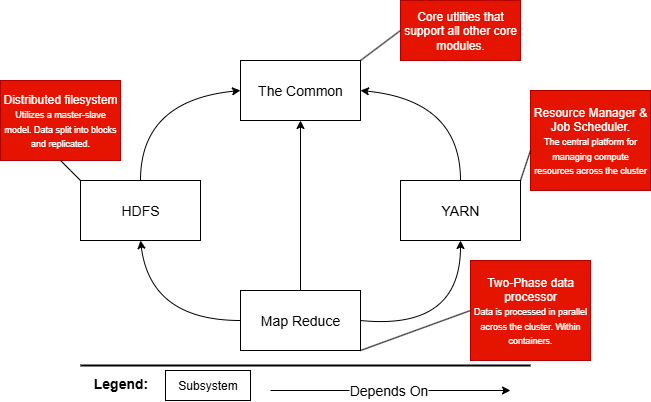
Before: HadoopHighLevel.drawio.png, a diagram exported from draw.io (Amir-kar/EECS4314-GroupD). Source tidied: cells renumbered, new cells last; positions are measured from the earlier drawing's top-left corner, leaving out a move shared by most shapes. Its diagram source:
```xml
<mxGraphModel>
  <root>
    <mxCell id="0" />
    <mxCell id="1" parent="0" />
    <mxCell id="2" value="&lt;font style=&quot;font-size: 14px;&quot;&gt;The Common&lt;/font&gt;" style="rounded=0;whiteSpace=wrap;html=1;" parent="1" vertex="1">
      <mxGeometry x="240" y="60" width="120" height="60" as="geometry" />
    </mxCell>
    <mxCell id="3" value="&lt;font style=&quot;font-size: 14px;&quot;&gt;HDFS&lt;/font&gt;" style="rounded=0;whiteSpace=wrap;html=1;" parent="1" vertex="1">
      <mxGeometry x="80" y="180" width="120" height="60" as="geometry" />
    </mxCell>
    <mxCell id="4" value="&lt;font style=&quot;font-size: 14px;&quot;&gt;YARN&lt;/font&gt;" style="rounded=0;whiteSpace=wrap;html=1;" parent="1" vertex="1">
      <mxGeometry x="400" y="180" width="120" height="60" as="geometry" />
    </mxCell>
    <mxCell id="5" value="&lt;font style=&quot;font-size: 14px;&quot;&gt;Map Reduce&lt;/font&gt;" style="rounded=0;whiteSpace=wrap;html=1;" parent="1" vertex="1">
      <mxGeometry x="240" y="290" width="120" height="60" as="geometry" />
    </mxCell>
    <mxCell id="6" style="curved=1;endArrow=classic;html=1;rounded=0;exitX=0;exitY=0.5;exitDx=0;exitDy=0;entryX=0.5;entryY=1;entryDx=0;entryDy=0;" parent="1" edge="1" source="5" target="3">
      <mxGeometry relative="1" as="geometry">
        <Array as="points">
          <mxPoint x="150" y="320" />
        </Array>
      </mxGeometry>
    </mxCell>
    <mxCell id="7" style="curved=1;endArrow=classic;html=1;rounded=0;exitX=1;exitY=0.5;exitDx=0;exitDy=0;entryX=0.5;entryY=1;entryDx=0;entryDy=0;" parent="1" edge="1" source="5" target="4">
      <mxGeometry relative="1" as="geometry">
        <Array as="points">
          <mxPoint x="460" y="330" />
        </Array>
      </mxGeometry>
    </mxCell>
    <mxCell id="8" style="curved=1;endArrow=classic;html=1;rounded=0;exitX=0.5;exitY=0;exitDx=0;exitDy=0;entryX=1;entryY=0.5;entryDx=0;entryDy=0;" parent="1" edge="1" source="4" target="2">
      <mxGeometry relative="1" as="geometry">
        <Array as="points">
          <mxPoint x="460" y="100" />
        </Array>
      </mxGeometry>
    </mxCell>
    <mxCell id="9" style="curved=1;endArrow=classic;html=1;rounded=0;exitX=0.5;exitY=0;exitDx=0;exitDy=0;entryX=0;entryY=0.5;entryDx=0;entryDy=0;" parent="1" edge="1" source="3" target="2">
      <mxGeometry relative="1" as="geometry">
        <Array as="points">
          <mxPoint x="140" y="100" />
        </Array>
      </mxGeometry>
    </mxCell>
    <mxCell id="10" style="endArrow=classic;html=1;rounded=0;entryX=0.5;entryY=1;entryDx=0;entryDy=0;" parent="1" edge="1" source="5" target="2">
      <mxGeometry relative="1" as="geometry" />
    </mxCell>
    <mxCell id="11" style="line;strokeWidth=2;html=1;" parent="1" vertex="1">
      <mxGeometry x="80" y="360" width="450" height="10" as="geometry" />
    </mxCell>
    <mxCell id="12" value="&lt;font style=&quot;font-size: 14px;&quot;&gt;Legend:&lt;/font&gt;" style="text;strokeColor=none;fillColor=none;html=1;fontSize=24;fontStyle=1;verticalAlign=middle;align=center;" parent="1" vertex="1">
      <mxGeometry x="70" y="360" width="100" height="40" as="geometry" />
    </mxCell>
    <mxCell id="13" value="Subsystem" style="rounded=0;whiteSpace=wrap;html=1;" parent="1" vertex="1">
      <mxGeometry x="165" y="370" width="85" height="30" as="geometry" />
    </mxCell>
    <mxCell id="14" style="endArrow=classic;html=1;rounded=0;" parent="1" edge="1">
      <mxGeometry relative="1" as="geometry">
        <mxPoint x="270" y="390" as="sourcePoint" />
        <mxPoint x="510" y="390" as="targetPoint" />
      </mxGeometry>
    </mxCell>
    <mxCell id="15" value="&lt;font style=&quot;font-size: 14px;&quot;&gt;Depends On&lt;/font&gt;" style="edgeLabel;html=1;align=center;verticalAlign=middle;" parent="14" vertex="1">
      <mxGeometry x="-0.01" relative="1" as="geometry" />
    </mxCell>
    <mxCell id="16" value="Core utlities that support all other core modules." style="rounded=0;whiteSpace=wrap;html=1;fillColor=#e51400;fontColor=#ffffff;strokeColor=#B20000;" parent="1" vertex="1">
      <mxGeometry x="400" width="120" height="60" as="geometry" />
    </mxCell>
    <mxCell id="17" style="endArrow=none;html=1;rounded=0;" parent="1" edge="1">
      <mxGeometry relative="1" as="geometry">
        <mxPoint x="360" y="60" as="sourcePoint" />
        <mxPoint x="400" y="30" as="targetPoint" />
      </mxGeometry>
    </mxCell>
    <mxCell id="18" value="Resource Manager &amp;amp; Job Scheduler.&lt;div&gt;&lt;font style=&quot;font-size: 9px;&quot;&gt;The central platform for managing compute resources across the cluster&lt;/font&gt;&lt;/div&gt;" style="rounded=0;whiteSpace=wrap;html=1;fillColor=#e51400;fontColor=#ffffff;strokeColor=#B20000;" parent="1" vertex="1">
      <mxGeometry x="530" y="90" width="120" height="100" as="geometry" />
    </mxCell>
    <mxCell id="19" style="endArrow=none;html=1;rounded=0;exitX=1;exitY=0;exitDx=0;exitDy=0;" parent="1" edge="1" source="4">
      <mxGeometry relative="1" as="geometry">
        <mxPoint x="530" y="150" as="targetPoint" />
      </mxGeometry>
    </mxCell>
    <mxCell id="20" value="Distributed filesystem &lt;font style=&quot;font-size: 9px;&quot;&gt;U&lt;/font&gt;&lt;font style=&quot;font-size: 9px;&quot;&gt;tilizes a master-slave model. Data split into blocks and replicated.&lt;/font&gt;" style="rounded=0;whiteSpace=wrap;html=1;fillColor=#e51400;fontColor=#ffffff;strokeColor=#B20000;" parent="1" vertex="1">
      <mxGeometry y="80" width="120" height="80" as="geometry" />
    </mxCell>
    <mxCell id="21" style="endArrow=none;html=1;rounded=0;entryX=0.5;entryY=1;entryDx=0;entryDy=0;exitX=0;exitY=0;exitDx=0;exitDy=0;" parent="1" edge="1" source="3" target="20">
      <mxGeometry relative="1" as="geometry">
        <Array as="points">
          <mxPoint x="70" y="170" />
        </Array>
      </mxGeometry>
    </mxCell>
    <mxCell id="22" value="Two-Phase data processor&lt;div&gt;&lt;font style=&quot;font-size: 9px;&quot;&gt;Data is processed in parallel across the cluster. Within containers.&lt;/font&gt;&lt;/div&gt;" style="rounded=0;whiteSpace=wrap;html=1;fillColor=#e51400;fontColor=#ffffff;strokeColor=#B20000;" parent="1" vertex="1">
      <mxGeometry x="470" y="260" width="120" height="100" as="geometry" />
    </mxCell>
    <mxCell id="23" style="endArrow=none;html=1;rounded=0;entryX=1;entryY=1;entryDx=0;entryDy=0;exitX=0;exitY=0.5;exitDx=0;exitDy=0;" parent="1" edge="1" source="22" target="5">
      <mxGeometry relative="1" as="geometry">
        <Array as="points">
          <mxPoint x="470" y="310" />
        </Array>
      </mxGeometry>
    </mxCell>
  </root>
</mxGraphModel>
```
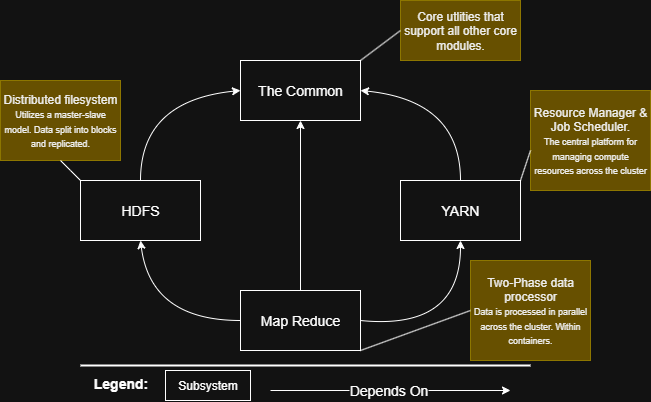
The same diagram one commit later.

What changed in the source:
```diff
@@ -63,7 +63,7 @@
     <mxCell id="15" value="&lt;font style=&quot;font-size: 14px;&quot;&gt;Depends On&lt;/font&gt;" style="edgeLabel;html=1;align=center;verticalAlign=middle;" parent="14" vertex="1">
       <mxGeometry x="-0.01" relative="1" as="geometry" />
     </mxCell>
-    <mxCell id="16" value="Core utlities that support all other core modules." style="rounded=0;whiteSpace=wrap;html=1;fillColor=#e51400;fontColor=#ffffff;strokeColor=#B20000;" parent="1" vertex="1">
+    <mxCell id="16" value="Core utlities that support all other core modules." style="rounded=0;whiteSpace=wrap;html=1;fillColor=#e3c800;fontColor=#000000;strokeColor=#B09500;" parent="1" vertex="1">
       <mxGeometry x="400" width="120" height="60" as="geometry" />
     </mxCell>
     <mxCell id="17" style="endArrow=none;html=1;rounded=0;" parent="1" edge="1">
@@ -72,7 +72,7 @@
         <mxPoint x="400" y="30" as="targetPoint" />
       </mxGeometry>
     </mxCell>
-    <mxCell id="18" value="Resource Manager &amp;amp; Job Scheduler.&lt;div&gt;&lt;font style=&quot;font-size: 9px;&quot;&gt;The central platform for managing compute resources across the cluster&lt;/font&gt;&lt;/div&gt;" style="rounded=0;whiteSpace=wrap;html=1;fillColor=#e51400;fontColor=#ffffff;strokeColor=#B20000;" parent="1" vertex="1">
+    <mxCell id="18" value="Resource Manager &amp;amp; Job Scheduler.&lt;div&gt;&lt;font style=&quot;font-size: 9px;&quot;&gt;The central platform for managing compute resources across the cluster&lt;/font&gt;&lt;/div&gt;" style="rounded=0;whiteSpace=wrap;html=1;fillColor=#e3c800;fontColor=#000000;strokeColor=#B09500;" parent="1" vertex="1">
       <mxGeometry x="530" y="90" width="120" height="100" as="geometry" />
     </mxCell>
     <mxCell id="19" style="endArrow=none;html=1;rounded=0;exitX=1;exitY=0;exitDx=0;exitDy=0;" parent="1" edge="1" source="4">
@@ -80,7 +80,7 @@
         <mxPoint x="530" y="150" as="targetPoint" />
       </mxGeometry>
     </mxCell>
-    <mxCell id="20" value="Distributed filesystem &lt;font style=&quot;font-size: 9px;&quot;&gt;U&lt;/font&gt;&lt;font style=&quot;font-size: 9px;&quot;&gt;tilizes a master-slave model. Data split into blocks and replicated.&lt;/font&gt;" style="rounded=0;whiteSpace=wrap;html=1;fillColor=#e51400;fontColor=#ffffff;strokeColor=#B20000;" parent="1" vertex="1">
+    <mxCell id="20" value="Distributed filesystem &lt;font style=&quot;font-size: 9px;&quot;&gt;U&lt;/font&gt;&lt;font style=&quot;font-size: 9px;&quot;&gt;tilizes a master-slave model. Data split into blocks and replicated.&lt;/font&gt;" style="rounded=0;whiteSpace=wrap;html=1;fillColor=#e3c800;fontColor=#000000;strokeColor=#B09500;" parent="1" vertex="1">
       <mxGeometry y="80" width="120" height="80" as="geometry" />
     </mxCell>
     <mxCell id="21" style="endArrow=none;html=1;rounded=0;entryX=0.5;entryY=1;entryDx=0;entryDy=0;exitX=0;exitY=0;exitDx=0;exitDy=0;" parent="1" edge="1" source="3" target="20">
@@ -90,7 +90,7 @@
         </Array>
       </mxGeometry>
     </mxCell>
-    <mxCell id="22" value="Two-Phase data processor&lt;div&gt;&lt;font style=&quot;font-size: 9px;&quot;&gt;Data is processed in parallel across the cluster. Within containers.&lt;/font&gt;&lt;/div&gt;" style="rounded=0;whiteSpace=wrap;html=1;fillColor=#e51400;fontColor=#ffffff;strokeColor=#B20000;" parent="1" vertex="1">
+    <mxCell id="22" value="Two-Phase data processor&lt;div&gt;&lt;font style=&quot;font-size: 9px;&quot;&gt;Data is processed in parallel across the cluster. Within containers.&lt;/font&gt;&lt;/div&gt;" style="rounded=0;whiteSpace=wrap;html=1;fillColor=#e3c800;fontColor=#000000;strokeColor=#B09500;" parent="1" vertex="1">
       <mxGeometry x="470" y="260" width="120" height="100" as="geometry" />
     </mxCell>
     <mxCell id="23" style="endArrow=none;html=1;rounded=0;entryX=1;entryY=1;entryDx=0;entryDy=0;exitX=0;exitY=0.5;exitDx=0;exitDy=0;" parent="1" edge="1" source="22" target="5">
```
